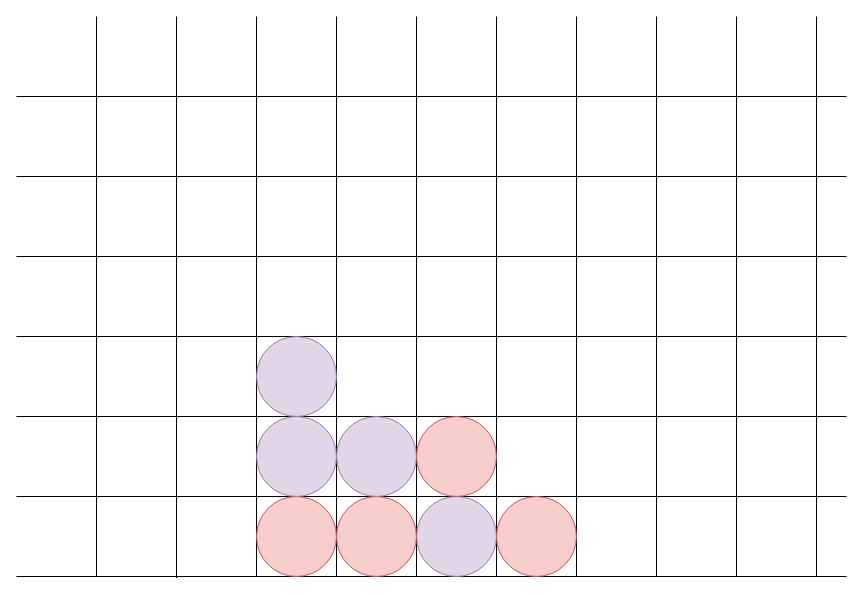
This is Screen-connect-N.drawio from talice124/connect-n, a draw.io file, before an edit. Source tidied: cells renumbered, new cells numbered last; positions are measured from the earlier drawing's top-left corner, leaving out a move shared by most shapes. Both pictures are drawn from the tidied source at 100%, with x=0, y=0 at pixel (16, 16).
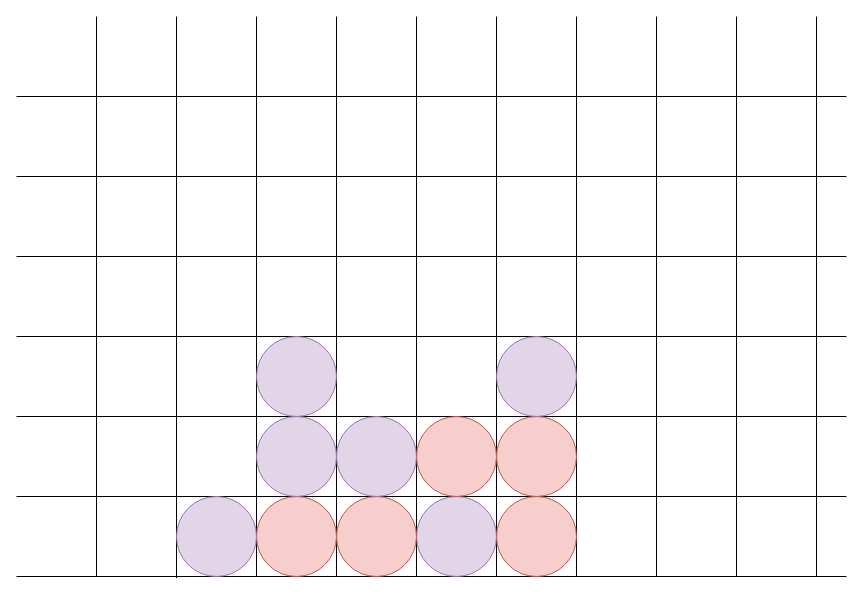
After the change.

The edit, as a diff of the source:
```diff
@@
+    <mxCell id="27" style="ellipse;whiteSpace=wrap;html=1;fillColor=#e1d5e7;strokeColor=#9673a6;" parent="1" vertex="1">
+      <mxGeometry x="160" y="480" width="80" height="80" as="geometry" />
+    </mxCell>
+    <mxCell id="28" style="ellipse;whiteSpace=wrap;html=1;fillColor=#f8cecc;strokeColor=#b85450;" parent="1" vertex="1">
+      <mxGeometry x="480" y="400" width="80" height="80" as="geometry" />
+    </mxCell>
+    <mxCell id="29" style="ellipse;whiteSpace=wrap;html=1;fillColor=#e1d5e7;strokeColor=#9673a6;" parent="1" vertex="1">
+      <mxGeometry x="480" y="320" width="80" height="80" as="geometry" />
+    </mxCell>
```
